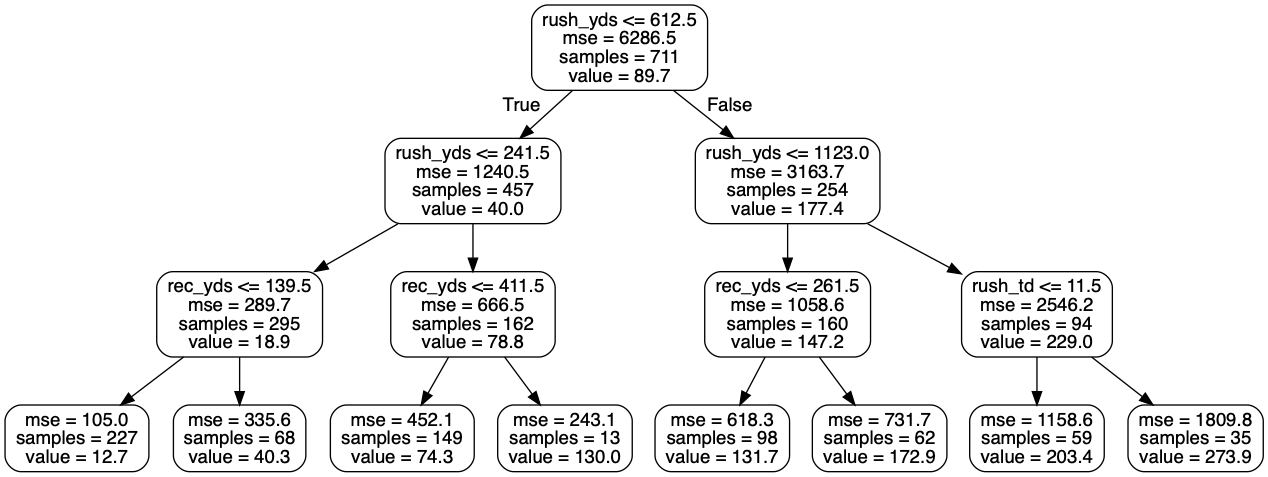
Before: rb_small_tree.png, a diagram exported from Graphviz (oldmanoldson/DataAnalytics). Its source is kept beside it as rb_small_tree.dot. Its diagram source:
```dot
digraph Tree {
node [shape=box, style="rounded", color="black", fontname=helvetica] ;
edge [fontname=helvetica] ;
0 [label="rush_yds <= 612.5\nmse = 6286.5\nsamples = 711\nvalue = 89.7"] ;
1 [label="rush_yds <= 241.5\nmse = 1240.5\nsamples = 457\nvalue = 40.0"] ;
0 -> 1 [labeldistance=2.5, labelangle=45, headlabel="True"] ;
2 [label="rec_yds <= 139.5\nmse = 289.7\nsamples = 295\nvalue = 18.9"] ;
1 -> 2 ;
3 [label="mse = 105.0\nsamples = 227\nvalue = 12.7"] ;
2 -> 3 ;
4 [label="mse = 335.6\nsamples = 68\nvalue = 40.3"] ;
2 -> 4 ;
5 [label="rec_yds <= 411.5\nmse = 666.5\nsamples = 162\nvalue = 78.8"] ;
1 -> 5 ;
6 [label="mse = 452.1\nsamples = 149\nvalue = 74.3"] ;
5 -> 6 ;
7 [label="mse = 243.1\nsamples = 13\nvalue = 130.0"] ;
5 -> 7 ;
8 [label="rush_yds <= 1123.0\nmse = 3163.7\nsamples = 254\nvalue = 177.4"] ;
0 -> 8 [labeldistance=2.5, labelangle=-45, headlabel="False"] ;
9 [label="rec_yds <= 261.5\nmse = 1058.6\nsamples = 160\nvalue = 147.2"] ;
8 -> 9 ;
10 [label="mse = 618.3\nsamples = 98\nvalue = 131.7"] ;
9 -> 10 ;
11 [label="mse = 731.7\nsamples = 62\nvalue = 172.9"] ;
9 -> 11 ;
12 [label="rush_td <= 11.5\nmse = 2546.2\nsamples = 94\nvalue = 229.0"] ;
8 -> 12 ;
13 [label="mse = 1158.6\nsamples = 59\nvalue = 203.4"] ;
12 -> 13 ;
14 [label="mse = 1809.8\nsamples = 35\nvalue = 273.9"] ;
12 -> 14 ;
}
```
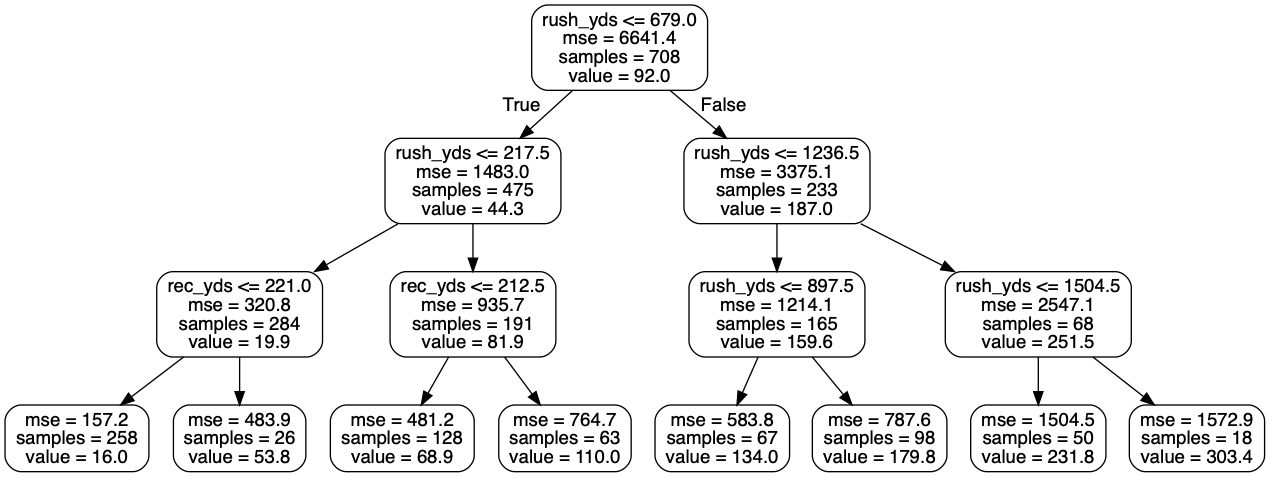
After the change.

Commit message:
updated png files and added a full decision tree for QB

The edit, as a diff of the source:
```diff
@@ -1,33 +1,33 @@
 digraph Tree {
 node [shape=box, style="rounded", color="black", fontname=helvetica] ;
 edge [fontname=helvetica] ;
-0 [label="rush_yds <= 612.5\nmse = 6286.5\nsamples = 711\nvalue = 89.7"] ;
-1 [label="rush_yds <= 241.5\nmse = 1240.5\nsamples = 457\nvalue = 40.0"] ;
+0 [label="rush_yds <= 679.0\nmse = 6641.4\nsamples = 708\nvalue = 92.0"] ;
+1 [label="rush_yds <= 217.5\nmse = 1483.0\nsamples = 475\nvalue = 44.3"] ;
 0 -> 1 [labeldistance=2.5, labelangle=45, headlabel="True"] ;
-2 [label="rec_yds <= 139.5\nmse = 289.7\nsamples = 295\nvalue = 18.9"] ;
+2 [label="rec_yds <= 221.0\nmse = 320.8\nsamples = 284\nvalue = 19.9"] ;
 1 -> 2 ;
-3 [label="mse = 105.0\nsamples = 227\nvalue = 12.7"] ;
+3 [label="mse = 157.2\nsamples = 258\nvalue = 16.0"] ;
 2 -> 3 ;
-4 [label="mse = 335.6\nsamples = 68\nvalue = 40.3"] ;
+4 [label="mse = 483.9\nsamples = 26\nvalue = 53.8"] ;
 2 -> 4 ;
-5 [label="rec_yds <= 411.5\nmse = 666.5\nsamples = 162\nvalue = 78.8"] ;
+5 [label="rec_yds <= 212.5\nmse = 935.7\nsamples = 191\nvalue = 81.9"] ;
 1 -> 5 ;
-6 [label="mse = 452.1\nsamples = 149\nvalue = 74.3"] ;
+6 [label="mse = 481.2\nsamples = 128\nvalue = 68.9"] ;
 5 -> 6 ;
-7 [label="mse = 243.1\nsamples = 13\nvalue = 130.0"] ;
+7 [label="mse = 764.7\nsamples = 63\nvalue = 110.0"] ;
 5 -> 7 ;
-8 [label="rush_yds <= 1123.0\nmse = 3163.7\nsamples = 254\nvalue = 177.4"] ;
+8 [label="rush_yds <= 1236.5\nmse = 3375.1\nsamples = 233\nvalue = 187.0"] ;
 0 -> 8 [labeldistance=2.5, labelangle=-45, headlabel="False"] ;
-9 [label="rec_yds <= 261.5\nmse = 1058.6\nsamples = 160\nvalue = 147.2"] ;
+9 [label="rush_yds <= 897.5\nmse = 1214.1\nsamples = 165\nvalue = 159.6"] ;
 8 -> 9 ;
-10 [label="mse = 618.3\nsamples = 98\nvalue = 131.7"] ;
+10 [label="mse = 583.8\nsamples = 67\nvalue = 134.0"] ;
 9 -> 10 ;
-11 [label="mse = 731.7\nsamples = 62\nvalue = 172.9"] ;
+11 [label="mse = 787.6\nsamples = 98\nvalue = 179.8"] ;
 9 -> 11 ;
-12 [label="rush_td <= 11.5\nmse = 2546.2\nsamples = 94\nvalue = 229.0"] ;
+12 [label="rush_yds <= 1504.5\nmse = 2547.1\nsamples = 68\nvalue = 251.5"] ;
 8 -> 12 ;
-13 [label="mse = 1158.6\nsamples = 59\nvalue = 203.4"] ;
+13 [label="mse = 1504.5\nsamples = 50\nvalue = 231.8"] ;
 12 -> 13 ;
-14 [label="mse = 1809.8\nsamples = 35\nvalue = 273.9"] ;
+14 [label="mse = 1572.9\nsamples = 18\nvalue = 303.4"] ;
 12 -> 14 ;
 }
```
